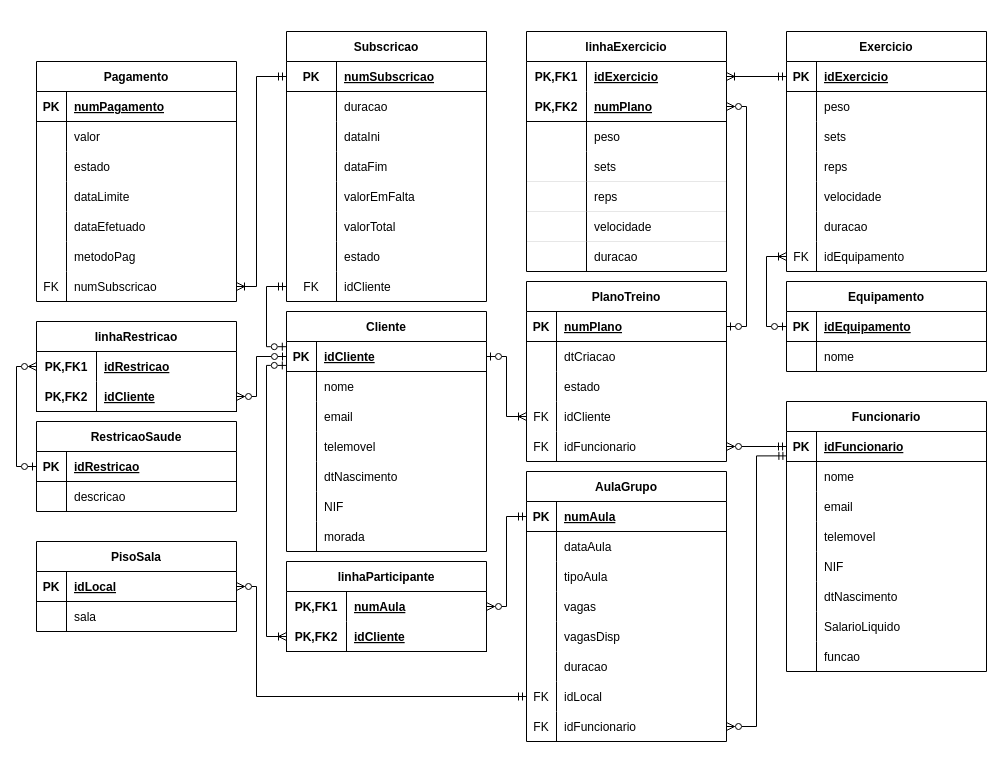
The draw.io diagram Proj1/Diagramas corrigidos/2-BD/GymMF_simplificado.drawio in AlexandrePSantos/GestaoGym, before the edit. Source tidied: cells renumbered, new cells numbered last; positions are measured from the earlier drawing's top-left corner, leaving out a move shared by most shapes. Both pictures are drawn from the tidied source at 100%, with x=0, y=0 at pixel (16, 31).
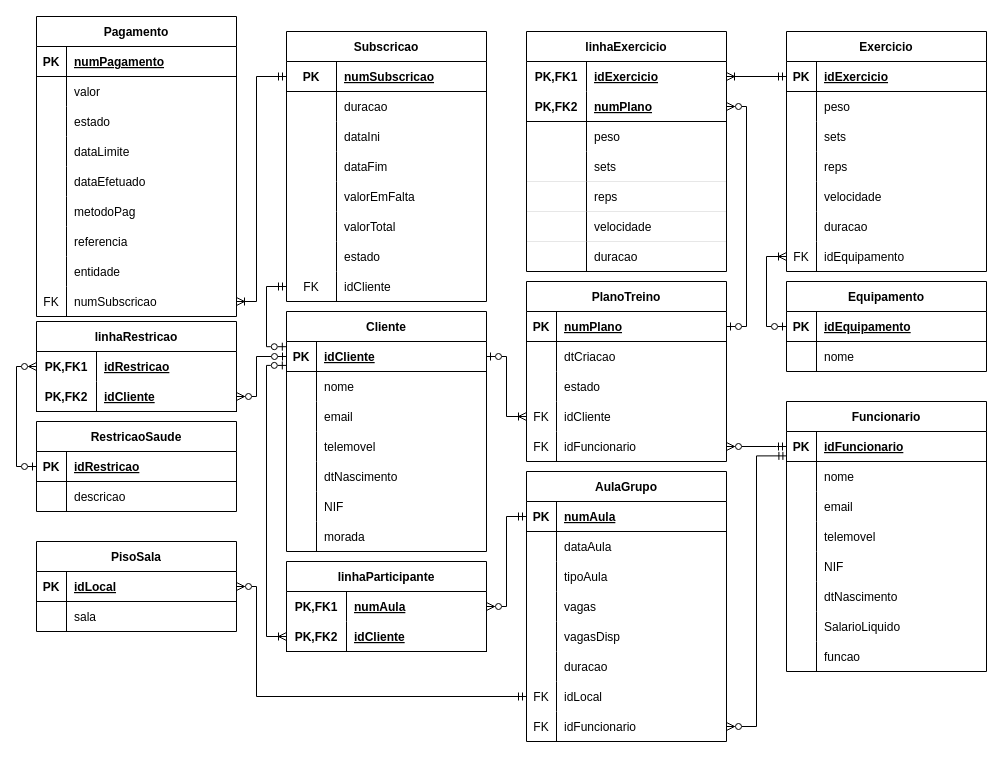
The same page after the edit.

The change refers to these unchanged cells:
```xml
<mxCell id="84" style="shape=tableRow;horizontal=0;startSize=0;swimlaneHead=0;swimlaneBody=0;fillColor=none;points=[[0,0.5],[1,0.5]];portConstraint=eastwest;top=0;left=0;right=0;bottom=1;" parent="83" vertex="1">
  <mxGeometry y="30" width="200" height="30" as="geometry" />
</mxCell>
```

Change to the diagram source:
```diff
@@
     <mxCell id="140" value="Pagamento" style="shape=table;startSize=30;childLayout=tableLayout;rowLines=0;fontStyle=1;align=center;" parent="1" vertex="1">
-      <mxGeometry x="20" y="30" width="200" height="240" as="geometry" />
+      <mxGeometry x="20" y="-15" width="200" height="300" as="geometry" />
     </mxCell>
@@
+    <mxCell id="229" style="shape=tableRow;horizontal=0;startSize=0;swimlaneHead=0;swimlaneBody=0;fillColor=none;top=0;left=0;right=0;bottom=0;" parent="140" vertex="1">
+      <mxGeometry y="210" width="200" height="30" as="geometry" />
+    </mxCell>
+    <mxCell id="230" style="shape=partialRectangle;fillColor=none;top=0;left=0;bottom=0;right=0;overflow=hidden;" parent="229" vertex="1">
+      <mxGeometry width="30" height="30" as="geometry" />
+    </mxCell>
+    <mxCell id="231" value="referencia" style="shape=partialRectangle;fillColor=none;top=0;left=0;bottom=0;right=0;align=left;spacingLeft=6;overflow=hidden;" parent="229" vertex="1">
+      <mxGeometry x="30" width="170" height="30" as="geometry" />
+    </mxCell>
+    <mxCell id="232" style="shape=tableRow;horizontal=0;startSize=0;swimlaneHead=0;swimlaneBody=0;fillColor=none;top=0;left=0;right=0;bottom=0;" parent="140" vertex="1">
+      <mxGeometry y="240" width="200" height="30" as="geometry" />
+    </mxCell>
+    <mxCell id="233" style="shape=partialRectangle;fillColor=none;top=0;left=0;bottom=0;right=0;overflow=hidden;" parent="232" vertex="1">
+      <mxGeometry width="30" height="30" as="geometry" />
+    </mxCell>
+    <mxCell id="234" value="entidade" style="shape=partialRectangle;fillColor=none;top=0;left=0;bottom=0;right=0;align=left;spacingLeft=6;overflow=hidden;" parent="232" vertex="1">
+      <mxGeometry x="30" width="170" height="30" as="geometry" />
+    </mxCell>
     <mxCell id="159" style="shape=tableRow;horizontal=0;startSize=0;swimlaneHead=0;swimlaneBody=0;fillColor=none;points=[[0,0.5],[1,0.5]];portConstraint=eastwest;top=0;left=0;right=0;bottom=0;" parent="140" vertex="1">
-      <mxGeometry y="210" width="200" height="30" as="geometry" />
+      <mxGeometry y="270" width="200" height="30" as="geometry" />
     </mxCell>
@@
     <mxCell id="174" style="edgeStyle=orthogonalEdgeStyle;rounded=0;jettySize=auto;html=1;entryX=0;entryY=0.5;entryDx=0;entryDy=0;endArrow=ERmandOne;endFill=0;exitX=1;exitY=0.5;exitDx=0;exitDy=0;startArrow=ERoneToMany;startFill=0;" parent="1" edge="1" source="159" target="84">
       <mxGeometry relative="1" as="geometry">
         <Array as="points">
-          <mxPoint x="240" y="255" />
+          <mxPoint x="240" y="270" />
           <mxPoint x="240" y="45" />
         </Array>
       </mxGeometry>
     </mxCell>
```
